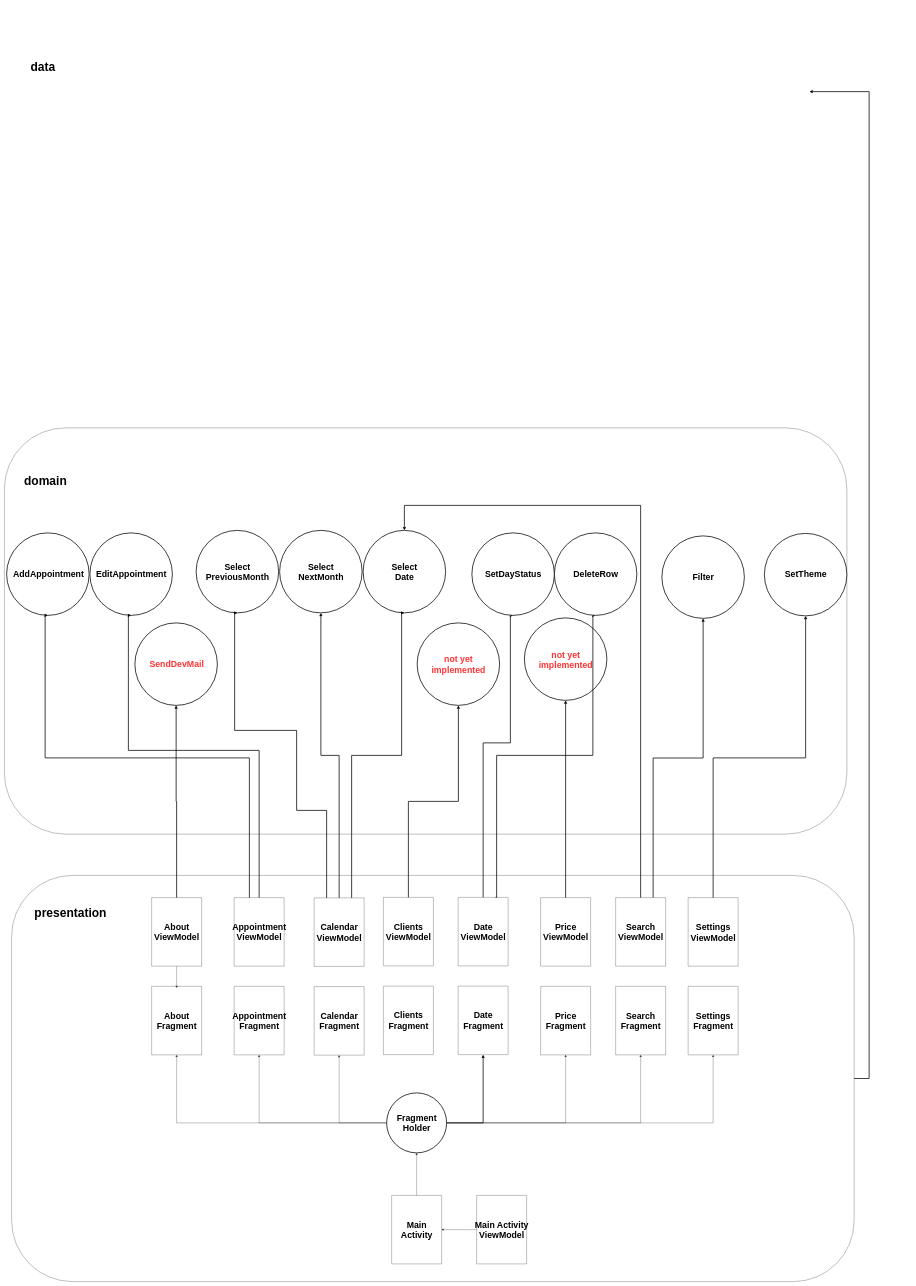
The draw.io diagram Диаграмма без названия.drawio in lemmiwinks1551/MySchedule, before the edit. Source tidied: cells renumbered, new cells numbered last; positions are measured from the earlier drawing's top-left corner, leaving out a move shared by most shapes. Both pictures are drawn from the tidied source at 25%, with x=0, y=0 at pixel (4, 62).
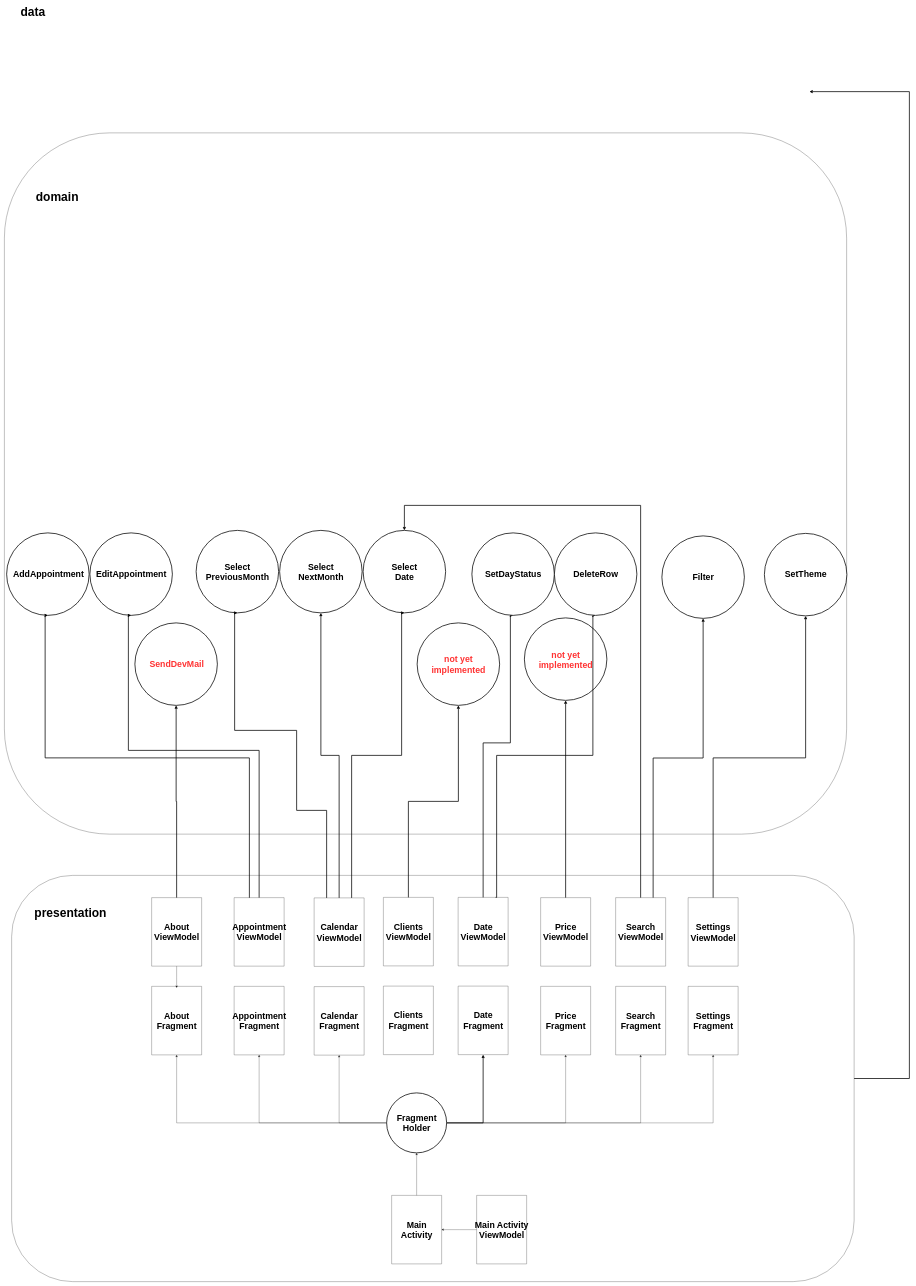
Above is the later version.

Commit message:
architecture app

The change refers to these unchanged cells:
```xml
<mxCell id="3" style="group;" parent="2" vertex="1">
  <mxGeometry x="-60" y="10" width="3361" height="1205" as="geometry" />
</mxCell>
<mxCell id="17" style="rounded=1;whiteSpace=wrap;html=1;" parent="1" vertex="1">
  <mxGeometry x="29" y="3255" width="3370" height="1625" as="geometry" />
</mxCell>
```

The edit, as a diff of the source:
```diff
@@
     <mxCell id="4" style="rounded=1;whiteSpace=wrap;html=1;" parent="3" vertex="1">
-      <mxGeometry x="-9" y="-420" width="3370" height="1625" as="geometry" />
+      <mxGeometry x="-9" y="-1600" width="3369" height="2805" as="geometry" />
     </mxCell>
@@
-    <mxCell id="7" value="domain" style="text;strokeColor=none;fillColor=none;html=1;fontSize=48;fontStyle=1;verticalAlign=middle;align=center;strokeWidth=3;" parent="3" vertex="1">
-      <mxGeometry x="70" y="-230" width="170" height="40" as="geometry" />
-    </mxCell>
@@
     <mxCell id="31" style="edgeStyle=orthogonalEdgeStyle;rounded=0;jumpSize=11;jettySize=auto;html=1;strokeWidth=3;fontSize=28;fontColor=#000000000;exitX=1;exitY=0.5;exitDx=0;exitDy=0;" parent="1" edge="1" source="17">
       <mxGeometry relative="1" as="geometry">
         <mxPoint x="3220" y="120" as="targetPoint" />
         <Array as="points">
-          <mxPoint x="3459" y="4067" />
-          <mxPoint x="3459" y="120" />
-          <mxPoint x="3229" y="120" />
+          <mxPoint x="3620" y="4068" />
+          <mxPoint x="3620" y="120" />
         </Array>
       </mxGeometry>
     </mxCell>
@@
     <mxCell id="101" value="data&lt;br&gt;" style="text;strokeColor=none;fillColor=none;html=1;fontSize=48;fontStyle=1;verticalAlign=middle;align=center;strokeWidth=3;" parent="1" vertex="1">
-      <mxGeometry x="69" width="170" height="40" as="geometry" />
+      <mxGeometry x="29" y="-220" width="170" height="40" as="geometry" />
     </mxCell>
+    <mxCell id="7" value="domain" style="text;strokeColor=none;fillColor=none;html=1;fontSize=48;fontStyle=1;verticalAlign=middle;align=center;strokeWidth=3;" parent="1" vertex="1">
+      <mxGeometry x="126" y="520" width="170" height="40" as="geometry" />
+    </mxCell>
```
